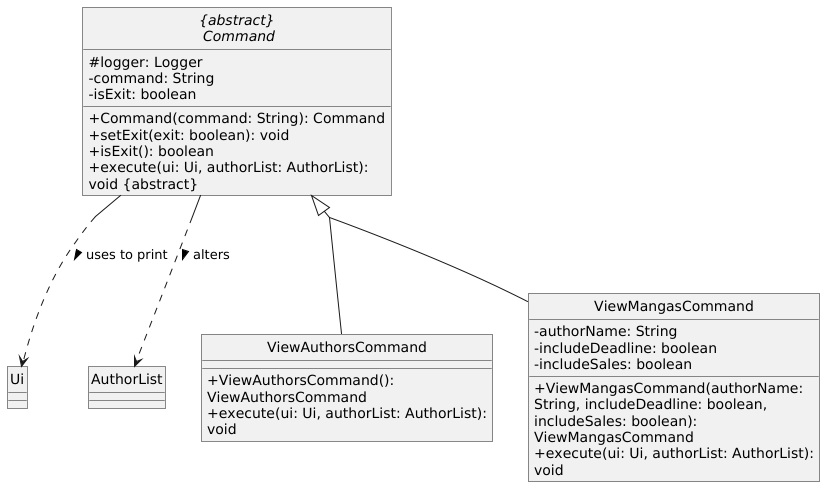
Earlier version of the PlantUML export docs/uml/puml/Command/Command_Three.png (xenthm/tp). Its source is kept beside it as docs/uml/puml/Command/Command_Three.puml.
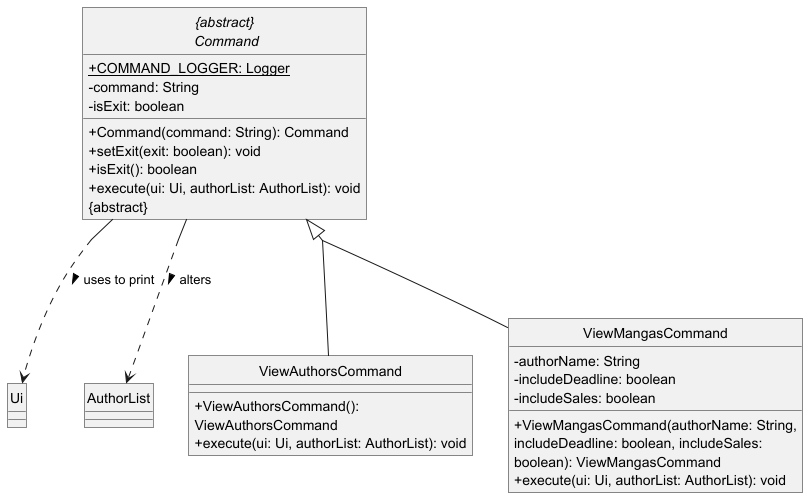
The same file after the commit.

Commit message:
Update UML diagrams to reflect logger change

Diff of the diagram source:
```diff
@@ -2,7 +2,7 @@
 !include ../.PlantUMLClass.config
 
 abstract class Command as "{abstract}\n Command" {
-    # logger: Logger
+    + {static} COMMAND_LOGGER: Logger
     - command: String
     - isExit: boolean
     + Command(command: String): Command
```
